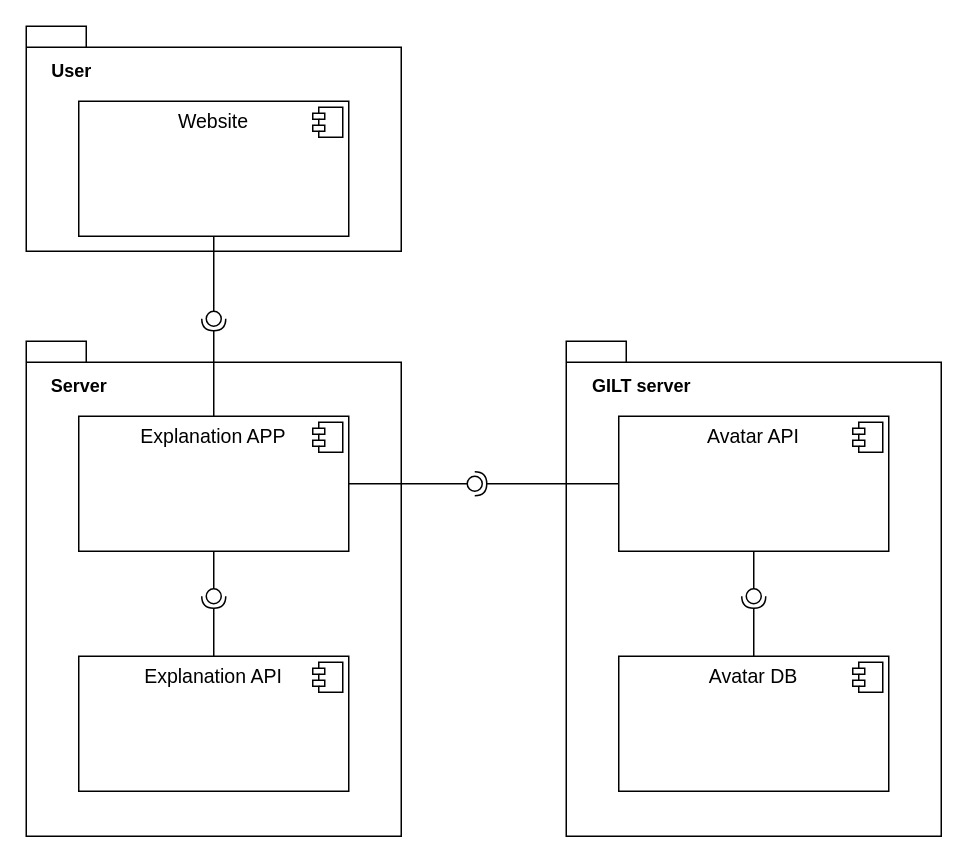
whzd/thesis keeps this draw.io diagram as diagrams/component_diagram.drawio. Above is the earlier version. Source tidied: cells renumbered, new cells numbered last; positions are measured from the earlier drawing's top-left corner, leaving out a move shared by most shapes. Both pictures are drawn from the tidied source at 150%, with x=0, y=0 at pixel (26, 26).
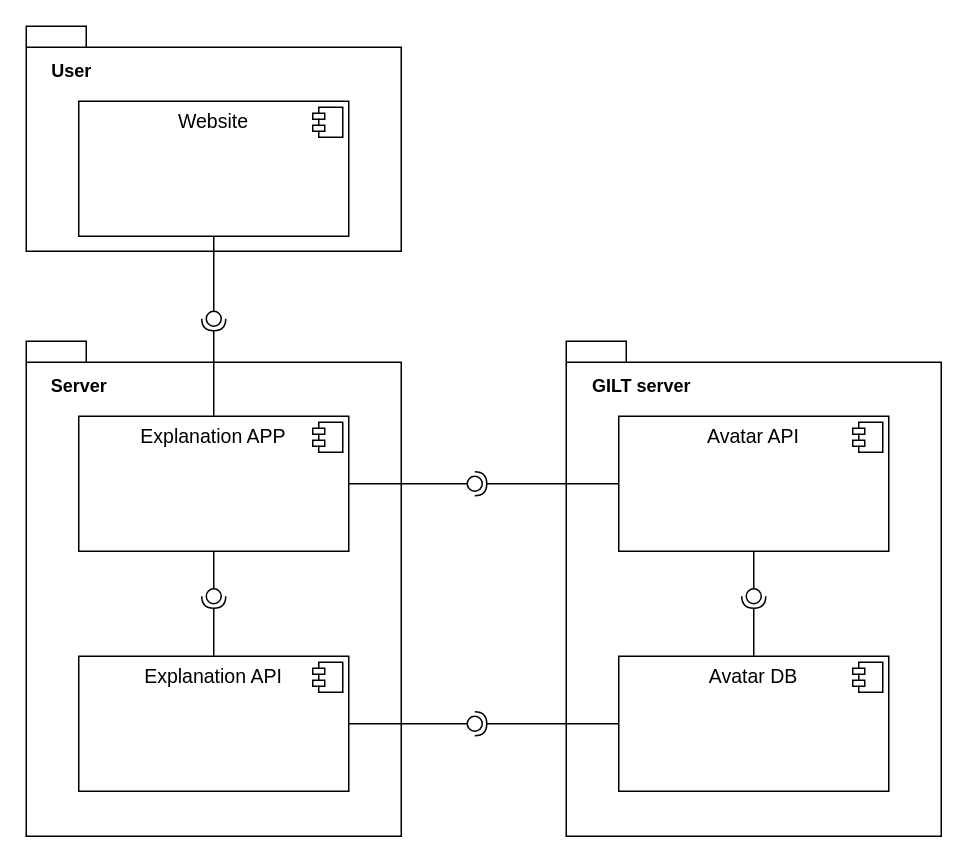
Above is the later version.

What changed in the source:
```diff
@@
+    <mxCell id="30" style="rounded=0;jettySize=auto;html=1;endArrow=none;endFill=0;exitX=1;exitY=0.5;exitDx=0;exitDy=0;" parent="1" edge="1" target="32">
+      <mxGeometry relative="1" as="geometry">
+        <mxPoint x="215" y="465" as="sourcePoint" />
+      </mxGeometry>
+    </mxCell>
+    <mxCell id="31" style="rounded=0;orthogonalLoop=1;jettySize=auto;html=1;endArrow=halfCircle;endFill=0;endSize=6;strokeWidth=1;exitX=0;exitY=0.5;exitDx=0;exitDy=0;" parent="1" edge="1">
+      <mxGeometry relative="1" as="geometry">
+        <mxPoint x="395" y="465" as="sourcePoint" />
+        <mxPoint x="299" y="465" as="targetPoint" />
+      </mxGeometry>
+    </mxCell>
+    <mxCell id="32" style="ellipse;whiteSpace=wrap;html=1;fontFamily=Helvetica;fontSize=12;fontColor=#000000;align=center;strokeColor=#000000;fillColor=#ffffff;points=[];" parent="1" vertex="1">
+      <mxGeometry x="294" y="460" width="10" height="10" as="geometry" />
+    </mxCell>
```
